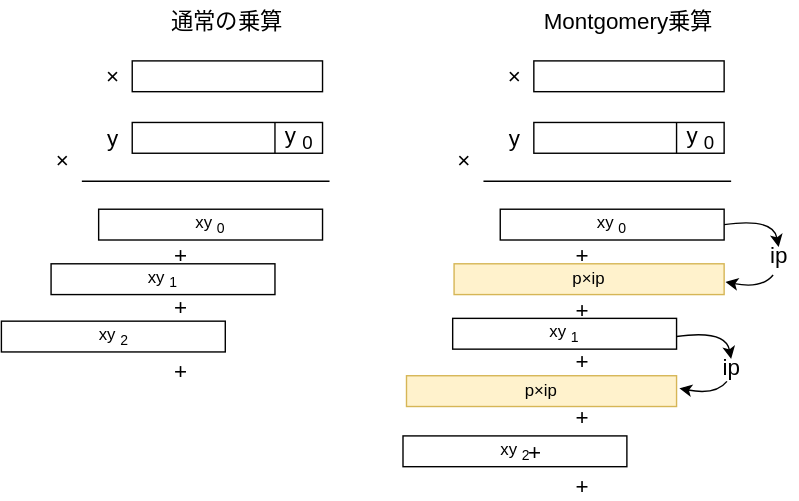
Earlier version of the draw.io export images/montgomery-reduction.drawio.svg (herumi/blog). Source tidied: cells renumbered, new cells last; positions are measured from the earlier drawing's top-left corner, leaving out a move shared by most shapes.
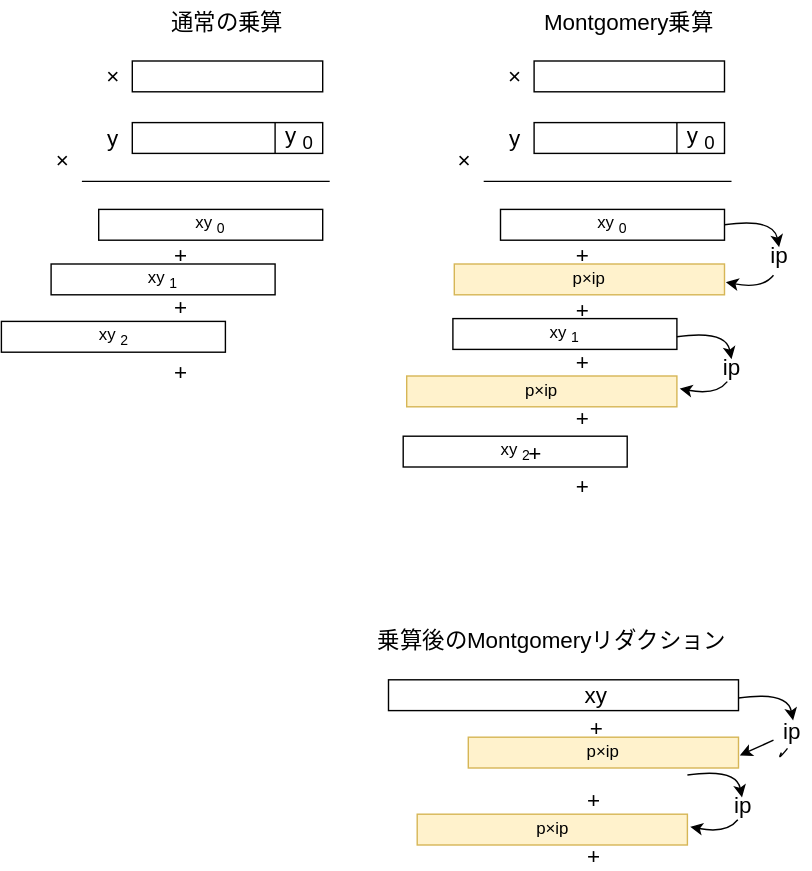
Above is the later version.

Change to the diagram source:
```diff
@@ -152,5 +152,74 @@
     <mxCell id="42" value="&lt;span style=&quot;font-size: 16px;&quot;&gt;+&lt;/span&gt;" style="text;html=1;strokeColor=none;fillColor=none;align=center;verticalAlign=middle;whiteSpace=wrap;rounded=0;" parent="1" vertex="1">
       <mxGeometry x="404" y="287" width="24" height="21" as="geometry" />
     </mxCell>
+    <mxCell id="43" style="rounded=0;whiteSpace=wrap;html=1;" parent="1" vertex="1">
+      <mxGeometry x="277" y="485" width="250" height="22" as="geometry" />
+    </mxCell>
+    <mxCell id="44" value="&lt;span style=&quot;font-size: 16px;&quot;&gt;xy&lt;/span&gt;" style="text;html=1;strokeColor=none;fillColor=none;align=center;verticalAlign=middle;whiteSpace=wrap;rounded=0;" parent="1" vertex="1">
+      <mxGeometry x="412" y="481" width="27" height="30" as="geometry" />
+    </mxCell>
+    <mxCell id="45" value="&lt;span style=&quot;font-size: 16px;&quot;&gt;+&lt;/span&gt;" style="text;html=1;strokeColor=none;fillColor=none;align=center;verticalAlign=middle;whiteSpace=wrap;rounded=0;" parent="1" vertex="1">
+      <mxGeometry x="414" y="509" width="24" height="21" as="geometry" />
+    </mxCell>
+    <mxCell id="46" value="&lt;span style=&quot;font-size: 16px;&quot;&gt;+&lt;/span&gt;" style="text;html=1;strokeColor=none;fillColor=none;align=center;verticalAlign=middle;whiteSpace=wrap;rounded=0;" parent="1" vertex="1">
+      <mxGeometry x="411.5" y="560" width="24" height="21" as="geometry" />
+    </mxCell>
+    <mxCell id="47" value="&lt;span style=&quot;font-size: 16px;&quot;&gt;乗算後のMontgomeryリダクション&lt;/span&gt;" style="text;html=1;strokeColor=none;fillColor=none;align=center;verticalAlign=middle;whiteSpace=wrap;rounded=0;" parent="1" vertex="1">
+      <mxGeometry x="262" y="442" width="264" height="30" as="geometry" />
+    </mxCell>
+    <mxCell id="48" style="curved=1;endArrow=classic;html=1;exitX=1;exitY=0.5;exitDx=0;exitDy=0;entryX=0.481;entryY=0.317;entryDx=0;entryDy=0;entryPerimeter=0;" parent="1" edge="1">
+      <mxGeometry relative="1" as="geometry">
+        <mxPoint x="527" y="498" as="sourcePoint" />
+        <mxPoint x="566" y="514" as="targetPoint" />
+        <Array as="points">
+          <mxPoint x="562" y="493" />
+        </Array>
+      </mxGeometry>
+    </mxCell>
+    <mxCell id="49" value="p×ip" style="rounded=0;whiteSpace=wrap;html=1;labelBackgroundColor=#fdf2cf;fillColor=#fff2cc;strokeColor=#d6b656;" parent="1" vertex="1">
+      <mxGeometry x="334" y="526" width="193" height="22" as="geometry" />
+    </mxCell>
+    <mxCell id="50" style="curved=1;endArrow=classic;html=1;startArrow=none;" parent="1" edge="1" source="57">
+      <mxGeometry relative="1" as="geometry">
+        <mxPoint x="528" y="539" as="targetPoint" />
+      </mxGeometry>
+    </mxCell>
+    <mxCell id="51" value="&lt;span style=&quot;font-size: 16px;&quot;&gt;ip&lt;/span&gt;" style="text;html=1;strokeColor=none;fillColor=none;align=center;verticalAlign=middle;whiteSpace=wrap;rounded=0;" parent="1" vertex="1">
+      <mxGeometry x="516.5" y="559.5" width="27" height="30" as="geometry" />
+    </mxCell>
+    <mxCell id="52" style="curved=1;endArrow=classic;html=1;exitX=1;exitY=0.5;exitDx=0;exitDy=0;entryX=0.481;entryY=0.317;entryDx=0;entryDy=0;entryPerimeter=0;" parent="1" edge="1" target="51">
+      <mxGeometry relative="1" as="geometry">
+        <mxPoint x="490.5" y="553" as="sourcePoint" />
+        <Array as="points">
+          <mxPoint x="525.5" y="548" />
+        </Array>
+      </mxGeometry>
+    </mxCell>
+    <mxCell id="53" value="p×ip" style="rounded=0;whiteSpace=wrap;html=1;labelBackgroundColor=#fdf2cf;fillColor=#fff2cc;strokeColor=#d6b656;" parent="1" vertex="1">
+      <mxGeometry x="297.5" y="581" width="193" height="22" as="geometry" />
+    </mxCell>
+    <mxCell id="54" style="curved=1;endArrow=classic;html=1;" parent="1" edge="1">
+      <mxGeometry relative="1" as="geometry">
+        <mxPoint x="526.5" y="585" as="sourcePoint" />
+        <mxPoint x="492.5" y="590" as="targetPoint" />
+        <Array as="points">
+          <mxPoint x="518.5" y="595" />
+        </Array>
+      </mxGeometry>
+    </mxCell>
+    <mxCell id="55" value="&lt;span style=&quot;font-size: 16px;&quot;&gt;+&lt;/span&gt;" style="text;html=1;strokeColor=none;fillColor=none;align=center;verticalAlign=middle;whiteSpace=wrap;rounded=0;" parent="1" vertex="1">
+      <mxGeometry x="411.5" y="600" width="24" height="21" as="geometry" />
+    </mxCell>
+    <mxCell id="56" style="curved=1;endArrow=none;html=1;" parent="1" edge="1" target="57">
+      <mxGeometry relative="1" as="geometry">
+        <mxPoint x="562" y="534" as="sourcePoint" />
+        <Array as="points">
+          <mxPoint x="554" y="544" />
+        </Array>
+      </mxGeometry>
+    </mxCell>
+    <mxCell id="57" value="&lt;span style=&quot;font-size: 16px;&quot;&gt;ip&lt;/span&gt;" style="text;html=1;strokeColor=none;fillColor=none;align=center;verticalAlign=middle;whiteSpace=wrap;rounded=0;" parent="1" vertex="1">
+      <mxGeometry x="552" y="507" width="27" height="30" as="geometry" />
+    </mxCell>
   </root>
 </mxGraphModel>
```
